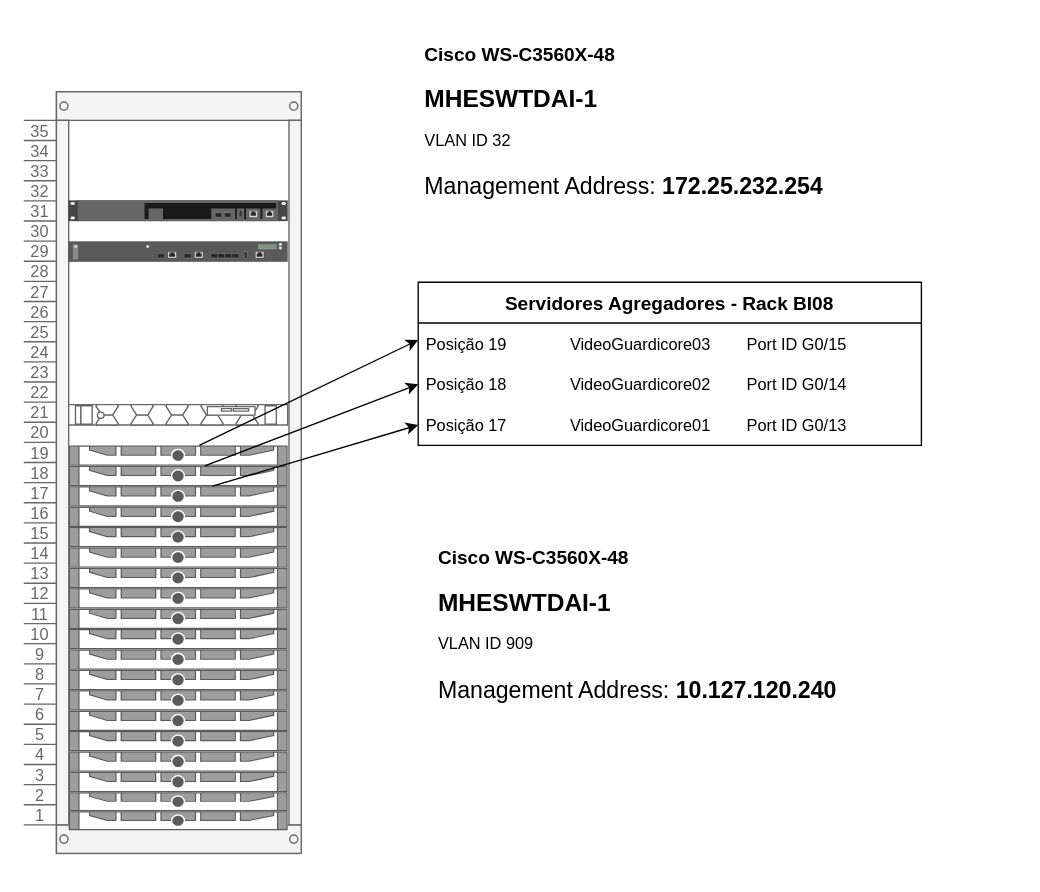
eloyx3x/Diagramas keeps this draw.io diagram as infra_VOC.drawio. Above is the earlier version. Source tidied: cells renumbered, new cells numbered last; positions are measured from the earlier drawing's top-left corner, leaving out a move shared by most shapes. Both pictures are drawn from the tidied source at 136%, with x=0, y=0 at pixel (23, 37).
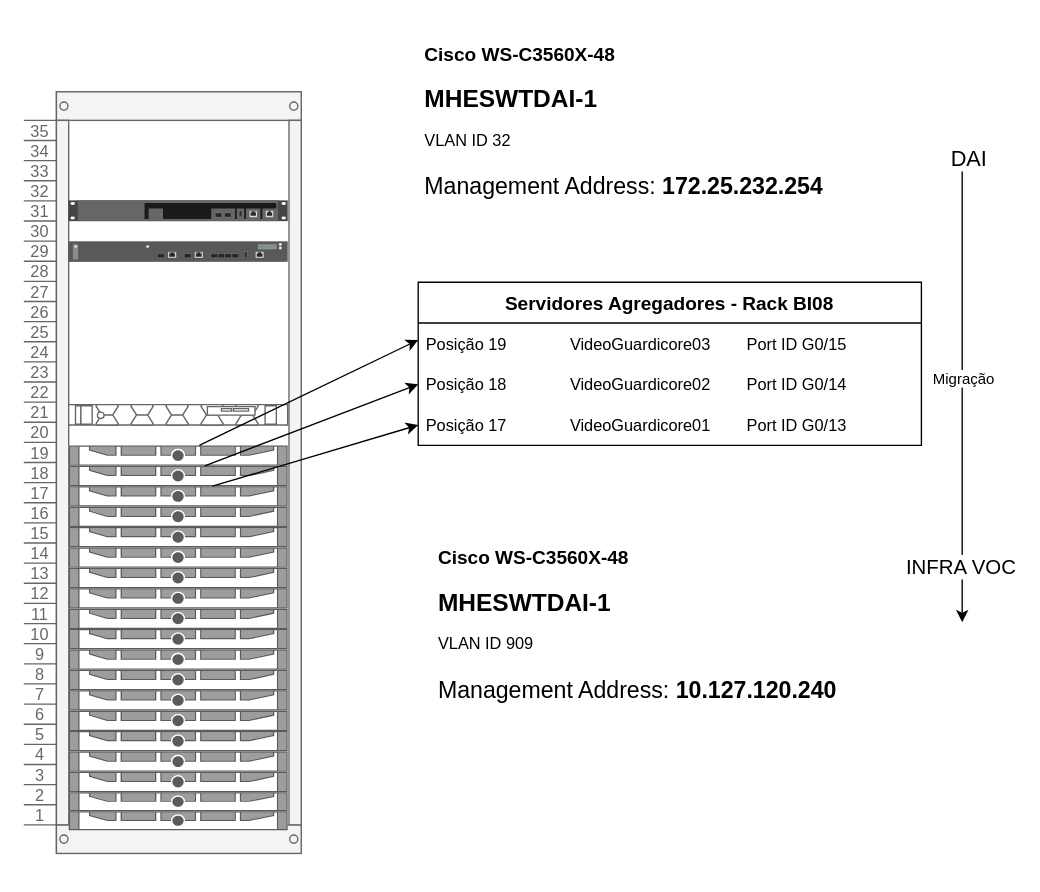
After the change.

Change to the diagram source:
```diff
@@
+    <mxCell id="34" style="endArrow=classic;html=1;rounded=0;" parent="1" edge="1">
+      <mxGeometry relative="1" as="geometry">
+        <mxPoint x="690" y="90" as="sourcePoint" />
+        <mxPoint x="690" y="430" as="targetPoint" />
+      </mxGeometry>
+    </mxCell>
+    <mxCell id="35" value="Migração" style="edgeLabel;html=1;align=center;verticalAlign=middle;" parent="34" vertex="1">
+      <mxGeometry relative="1" as="geometry">
+        <mxPoint y="-10" as="offset" />
+      </mxGeometry>
+    </mxCell>
+    <mxCell id="36" value="DAI" style="edgeLabel;html=1;align=left;verticalAlign=bottom;spacing=2;fontSize=16;" parent="34" vertex="1">
+      <mxGeometry x="-1" relative="1" as="geometry">
+        <mxPoint x="-10" y="10" as="offset" />
+      </mxGeometry>
+    </mxCell>
+    <mxCell id="37" value="INFRA VOC" style="edgeLabel;html=1;align=right;verticalAlign=bottom;fontSize=15;" parent="34" vertex="1">
+      <mxGeometry x="1" relative="1" as="geometry">
+        <mxPoint x="40" y="-30" as="offset" />
+      </mxGeometry>
+    </mxCell>
```
